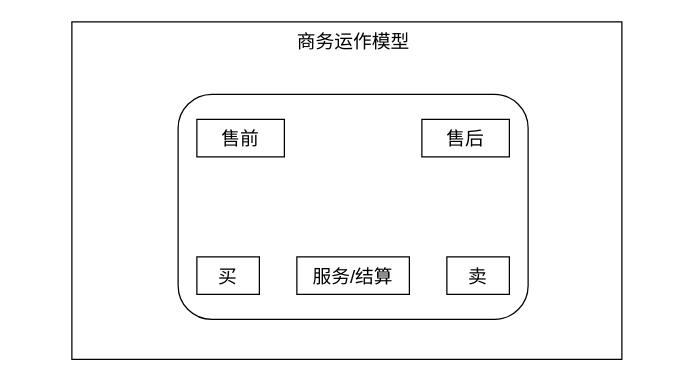
This is cloudbirds/未命名绘图.drawio from luoyongshun/framework, a draw.io file, before an edit. Source tidied: cells renumbered, new cells numbered last; positions are measured from the earlier drawing's top-left corner, leaving out a move shared by most shapes. Both pictures are drawn from the tidied source at 125%, with x=0, y=0 at pixel (71, 21).
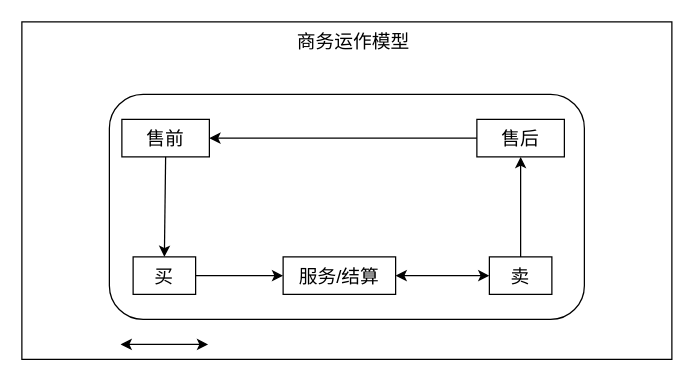
After the change.

Commit message (it also covers changes not shown here):
商务运作模型.drawio

Change to the diagram source:
```diff
@@
 <mxGraphModel>
   <root>
     <mxCell id="0" />
     <mxCell id="1" parent="0" />
     <mxCell id="2" style="rounded=0;whiteSpace=wrap;html=1;" parent="1" vertex="1">
-      <mxGeometry width="440" height="270" as="geometry" />
+      <mxGeometry x="-40" width="520" height="270" as="geometry" />
     </mxCell>
     <mxCell id="3" value="&lt;font style=&quot;font-size: 15px;&quot;&gt;商务运作模型&lt;/font&gt;" style="text;html=1;strokeColor=none;fillColor=none;align=center;verticalAlign=middle;whiteSpace=wrap;rounded=0;" parent="1" vertex="1">
       <mxGeometry x="177.5" width="95" height="30" as="geometry" />
     </mxCell>
     <mxCell id="4" style="rounded=1;whiteSpace=wrap;html=1;fontSize=15;" parent="1" vertex="1">
-      <mxGeometry x="85" y="58" width="280" height="180" as="geometry" />
+      <mxGeometry x="30" y="58" width="380" height="180" as="geometry" />
     </mxCell>
     <mxCell id="5" value="售前" style="rounded=0;whiteSpace=wrap;html=1;fontSize=15;" parent="1" vertex="1">
-      <mxGeometry x="100" y="78" width="70" height="30" as="geometry" />
+      <mxGeometry x="40" y="78" width="70" height="30" as="geometry" />
     </mxCell>
     <mxCell id="6" value="售后" style="rounded=0;whiteSpace=wrap;html=1;fontSize=15;" parent="1" vertex="1">
-      <mxGeometry x="280" y="78" width="70" height="30" as="geometry" />
+      <mxGeometry x="324" y="78" width="70" height="30" as="geometry" />
     </mxCell>
     <mxCell id="7" value="买" style="rounded=0;whiteSpace=wrap;html=1;fontSize=15;" parent="1" vertex="1">
-      <mxGeometry x="100" y="188" width="50" height="30" as="geometry" />
+      <mxGeometry x="49" y="188" width="50" height="30" as="geometry" />
     </mxCell>
     <mxCell id="8" value="卖" style="rounded=0;whiteSpace=wrap;html=1;fontSize=15;" parent="1" vertex="1">
-      <mxGeometry x="300" y="188" width="50" height="30" as="geometry" />
+      <mxGeometry x="334" y="188" width="50" height="30" as="geometry" />
     </mxCell>
     <mxCell id="9" value="服务/结算" style="rounded=0;whiteSpace=wrap;html=1;fontSize=15;" parent="1" vertex="1">
-      <mxGeometry x="180" y="188" width="90" height="30" as="geometry" />
+      <mxGeometry x="169" y="188" width="90" height="30" as="geometry" />
     </mxCell>
+    <mxCell id="10" style="endArrow=classic;startArrow=classic;html=1;rounded=0;fontSize=15;exitX=1;exitY=0.5;exitDx=0;exitDy=0;entryX=0;entryY=0.5;entryDx=0;entryDy=0;" parent="1" edge="1" source="9" target="8">
+      <mxGeometry relative="1" as="geometry" />
+    </mxCell>
+    <mxCell id="11" style="endArrow=classic;html=1;rounded=0;fontSize=15;exitX=0;exitY=0.5;exitDx=0;exitDy=0;entryX=1;entryY=0.5;entryDx=0;entryDy=0;" parent="1" edge="1" source="6" target="5">
+      <mxGeometry relative="1" as="geometry" />
+    </mxCell>
+    <mxCell id="12" style="endArrow=classic;html=1;rounded=0;fontSize=15;exitX=0.5;exitY=0;exitDx=0;exitDy=0;entryX=0.5;entryY=1;entryDx=0;entryDy=0;" parent="1" edge="1" source="8" target="6">
+      <mxGeometry relative="1" as="geometry" />
+    </mxCell>
+    <mxCell id="13" style="endArrow=classic;html=1;rounded=0;fontSize=15;entryX=0.5;entryY=0;entryDx=0;entryDy=0;exitX=0.5;exitY=1;exitDx=0;exitDy=0;" parent="1" edge="1" source="5" target="7">
+      <mxGeometry relative="1" as="geometry" />
+    </mxCell>
+    <mxCell id="14" style="endArrow=classic;startArrow=classic;html=1;rounded=0;fontSize=15;exitX=1;exitY=0.5;exitDx=0;exitDy=0;entryX=0;entryY=0.5;entryDx=0;entryDy=0;" parent="1" edge="1">
+      <mxGeometry relative="1" as="geometry">
+        <mxPoint x="39" y="258" as="sourcePoint" />
+        <mxPoint x="109" y="258" as="targetPoint" />
+      </mxGeometry>
+    </mxCell>
+    <mxCell id="15" style="endArrow=classic;html=1;rounded=0;fontSize=15;entryX=0;entryY=0.5;entryDx=0;entryDy=0;exitX=1;exitY=0.5;exitDx=0;exitDy=0;" parent="1" edge="1" source="7" target="9">
+      <mxGeometry relative="1" as="geometry" />
+    </mxCell>
   </root>
 </mxGraphModel>
```
